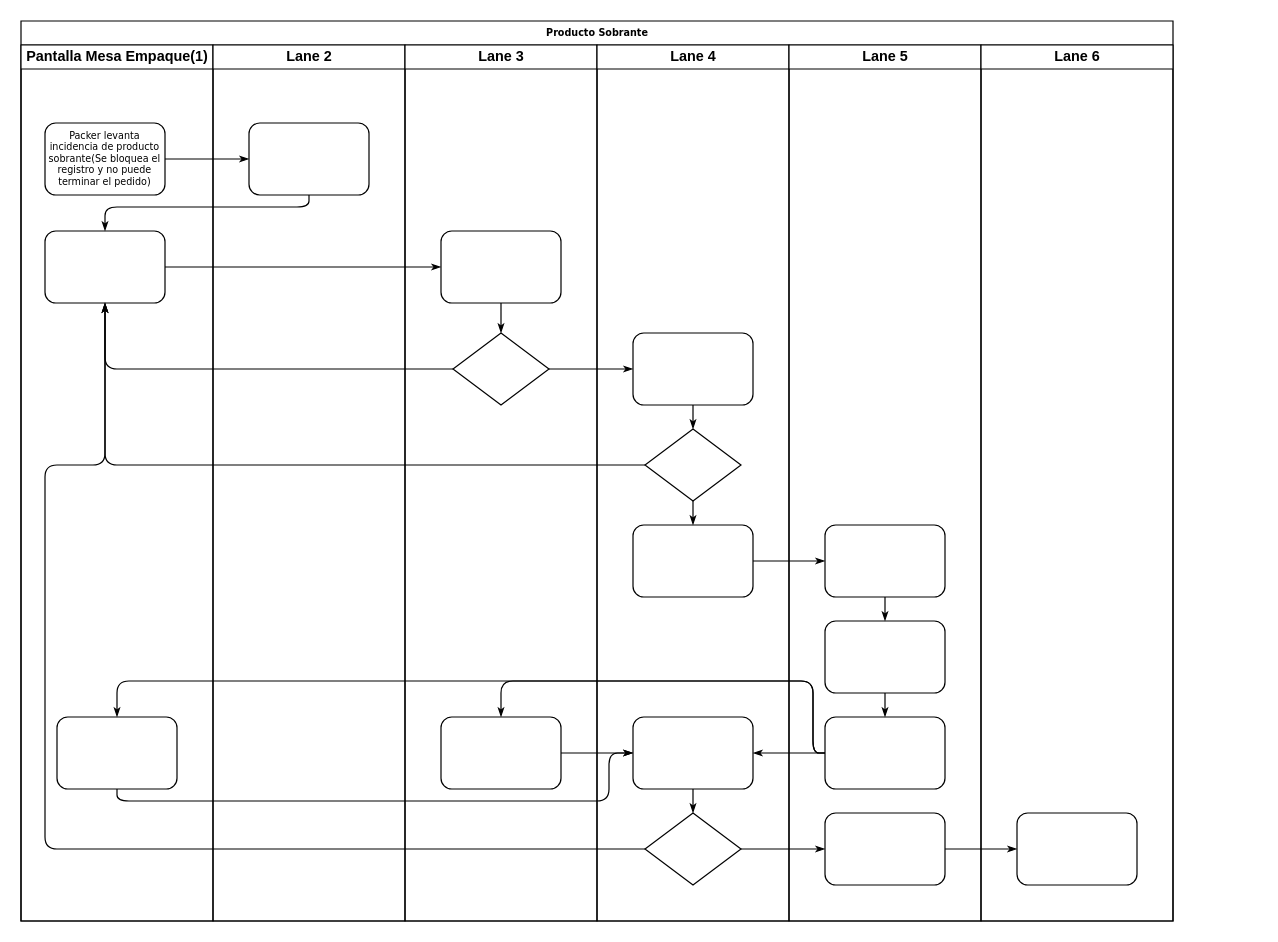
Before: Diagrama sin título.drawio in EliudTapiaMoto/WMXSLP, a draw.io diagram. Source tidied: cells renumbered, new cells numbered last; positions are measured from the earlier drawing's top-left corner, leaving out a move shared by most shapes. Both pictures are drawn from the tidied source at 120%, with x=0, y=0 at pixel (20, 20).
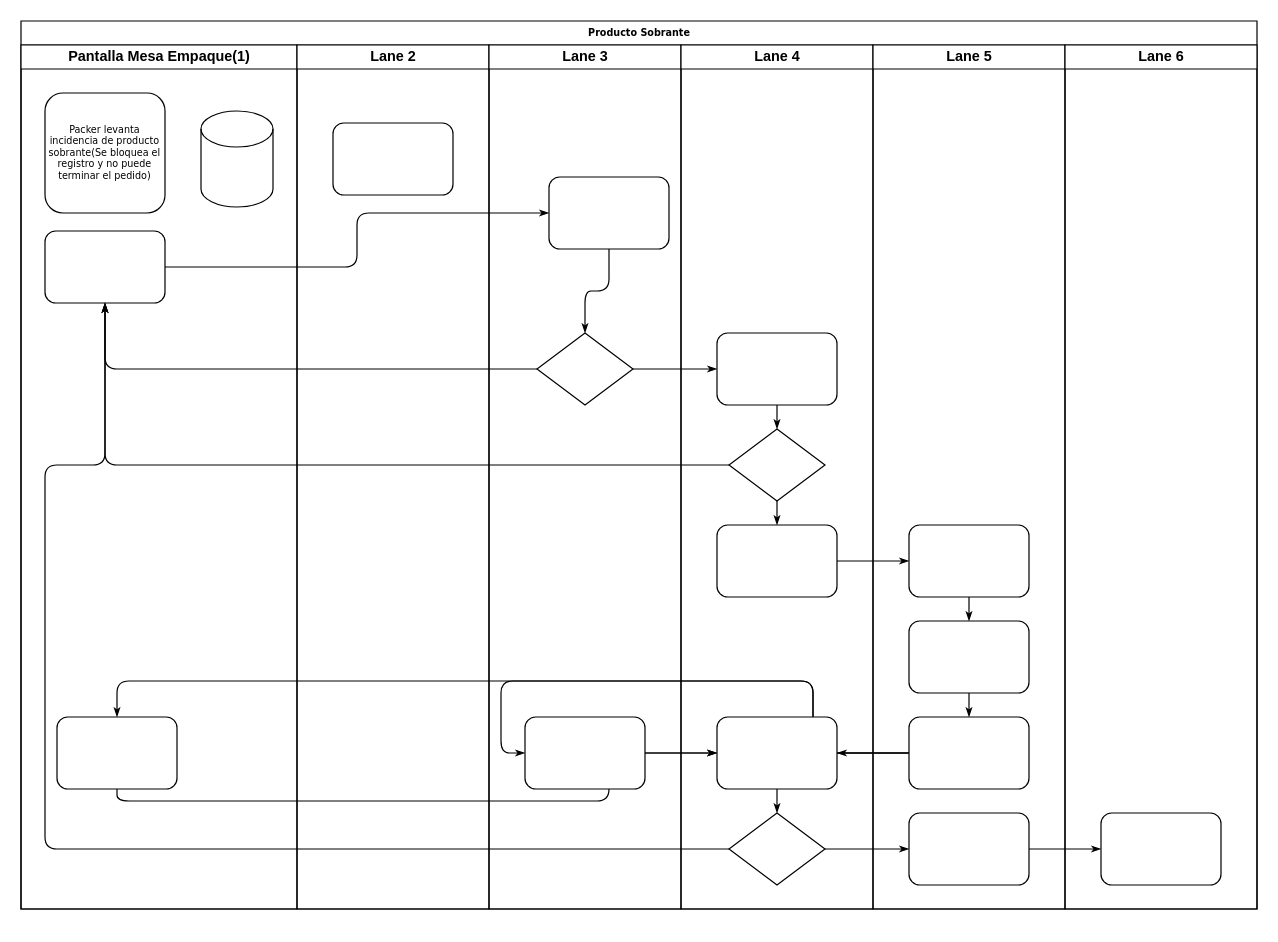
The same page after the edit.

Unchanged cells that the change refers to:
```xml
<mxCell id="5" style="rounded=1;whiteSpace=wrap;html=1;shadow=0;labelBackgroundColor=none;strokeWidth=1;fontFamily=Verdana;fontSize=8;align=center;" parent="3" vertex="1">
  <mxGeometry x="20" y="155" width="100" height="60" as="geometry" />
</mxCell>
<mxCell id="23" style="rounded=1;whiteSpace=wrap;html=1;shadow=0;labelBackgroundColor=none;strokeWidth=1;fontFamily=Verdana;fontSize=8;align=center;" parent="22" vertex="1">
  <mxGeometry x="30" y="65" width="100" height="60" as="geometry" />
</mxCell>
```

The edit, as a diff of the source:
```diff
@@
     <mxCell id="2" value="Producto Sobrante" style="swimlane;html=1;startSize=20;rounded=0;shadow=0;labelBackgroundColor=none;strokeWidth=1;fontFamily=Verdana;fontSize=8;align=center;" parent="1" vertex="1">
-      <mxGeometry width="960" height="750" as="geometry" />
+      <mxGeometry width="1030" height="740" as="geometry" />
     </mxCell>
     <mxCell id="3" value="Pantalla Mesa Empaque(1)" style="swimlane;html=1;startSize=20;" parent="2" vertex="1">
-      <mxGeometry y="20" width="160" height="730" as="geometry" />
+      <mxGeometry y="20" width="230" height="720" as="geometry" />
     </mxCell>
     <mxCell id="4" value="Packer levanta incidencia de producto sobrante(Se bloquea el registro y no puede terminar el pedido) " style="rounded=1;whiteSpace=wrap;html=1;shadow=0;labelBackgroundColor=none;strokeWidth=1;fontFamily=Verdana;fontSize=8;align=center;" parent="3" vertex="1">
-      <mxGeometry x="20" y="65" width="100" height="60" as="geometry" />
+      <mxGeometry x="20" y="40" width="100" height="100" as="geometry" />
     </mxCell>
@@
-    <mxCell id="7" style="edgeStyle=orthogonalEdgeStyle;rounded=1;html=1;labelBackgroundColor=none;startArrow=none;startFill=0;startSize=5;endArrow=classicThin;endFill=1;endSize=5;jettySize=auto;strokeWidth=1;fontFamily=Verdana;fontSize=8;" parent="2" edge="1" source="4" target="23">
-      <mxGeometry relative="1" as="geometry" />
-    </mxCell>
-    <mxCell id="8" style="edgeStyle=orthogonalEdgeStyle;rounded=1;html=1;labelBackgroundColor=none;startArrow=none;startFill=0;startSize=5;endArrow=classicThin;endFill=1;endSize=5;jettySize=auto;strokeWidth=1;fontFamily=Verdana;fontSize=8;" parent="2" edge="1" source="23" target="5">
-      <mxGeometry relative="1" as="geometry">
-        <Array as="points">
-          <mxPoint x="240" y="155" />
-          <mxPoint x="70" y="155" />
-        </Array>
-      </mxGeometry>
-    </mxCell>
+    <mxCell id="47" style="shape=cylinder3;whiteSpace=wrap;html=1;boundedLbl=1;backgroundOutline=1;size=15;" parent="3" vertex="1">
+      <mxGeometry x="150" y="55" width="60" height="80" as="geometry" />
+    </mxCell>
@@
     <mxCell id="22" value="Lane 2" style="swimlane;html=1;startSize=20;" parent="2" vertex="1">
-      <mxGeometry x="160" y="20" width="160" height="730" as="geometry" />
+      <mxGeometry x="230" y="20" width="160" height="720" as="geometry" />
     </mxCell>
@@
     <mxCell id="24" value="Lane 3" style="swimlane;html=1;startSize=20;" parent="2" vertex="1">
-      <mxGeometry x="320" y="20" width="160" height="730" as="geometry" />
+      <mxGeometry x="390" y="20" width="160" height="720" as="geometry" />
     </mxCell>
     <mxCell id="25" style="rounded=1;whiteSpace=wrap;html=1;shadow=0;labelBackgroundColor=none;strokeWidth=1;fontFamily=Verdana;fontSize=8;align=center;" parent="24" vertex="1">
-      <mxGeometry x="30" y="155" width="100" height="60" as="geometry" />
+      <mxGeometry x="50" y="110" width="100" height="60" as="geometry" />
     </mxCell>
@@
     <mxCell id="29" value="Lane 4" style="swimlane;html=1;startSize=20;" parent="2" vertex="1">
-      <mxGeometry x="480" y="20" width="160" height="730" as="geometry" />
+      <mxGeometry x="550" y="20" width="160" height="720" as="geometry" />
     </mxCell>
@@
     <mxCell id="38" value="Lane 5" style="swimlane;html=1;startSize=20;" parent="2" vertex="1">
-      <mxGeometry x="640" y="20" width="160" height="730" as="geometry" />
+      <mxGeometry x="710" y="20" width="160" height="720" as="geometry" />
     </mxCell>
@@
     <mxCell id="45" value="Lane 6" style="swimlane;html=1;startSize=20;" parent="2" vertex="1">
-      <mxGeometry x="800" y="20" width="160" height="730" as="geometry" />
+      <mxGeometry x="870" y="20" width="160" height="720" as="geometry" />
     </mxCell>
```
